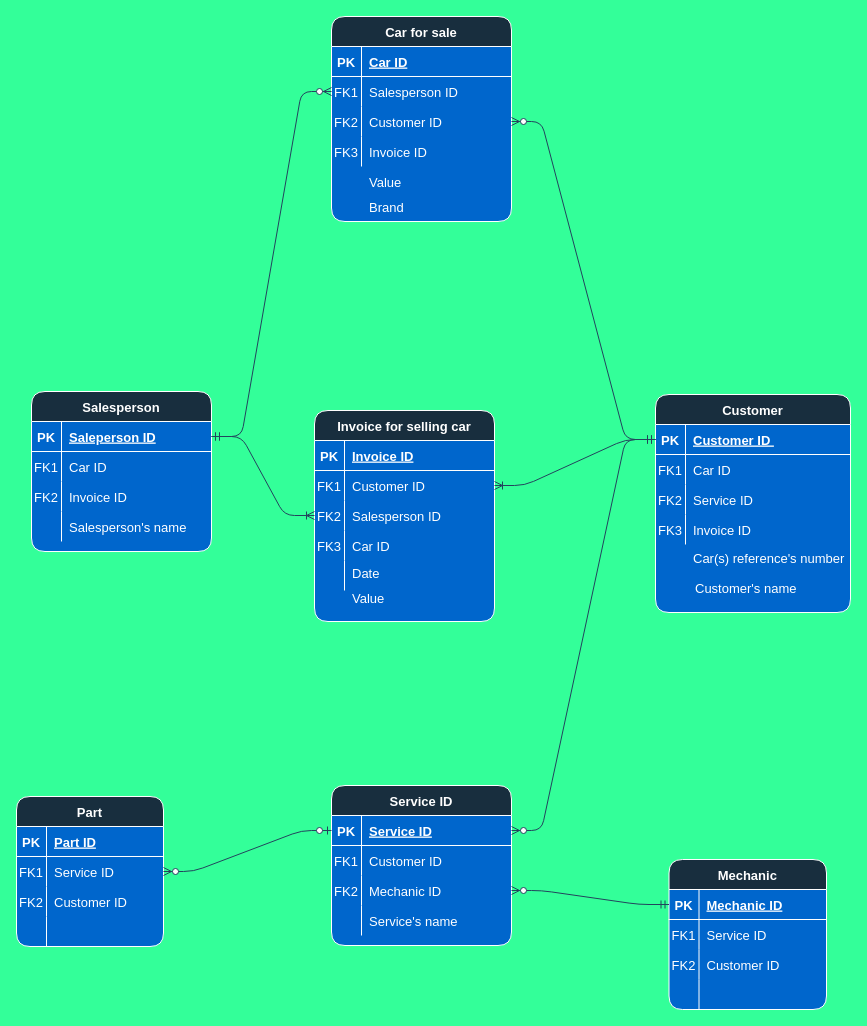
This is Exercise 2.drawio from longdhcloud9/ERD-database, a draw.io file, before an edit. Source tidied: cells renumbered, new cells numbered last; positions are measured from the earlier drawing's top-left corner, leaving out a move shared by most shapes. Both pictures are drawn from the tidied source at 100%, with x=0, y=0 at pixel (16, 16).
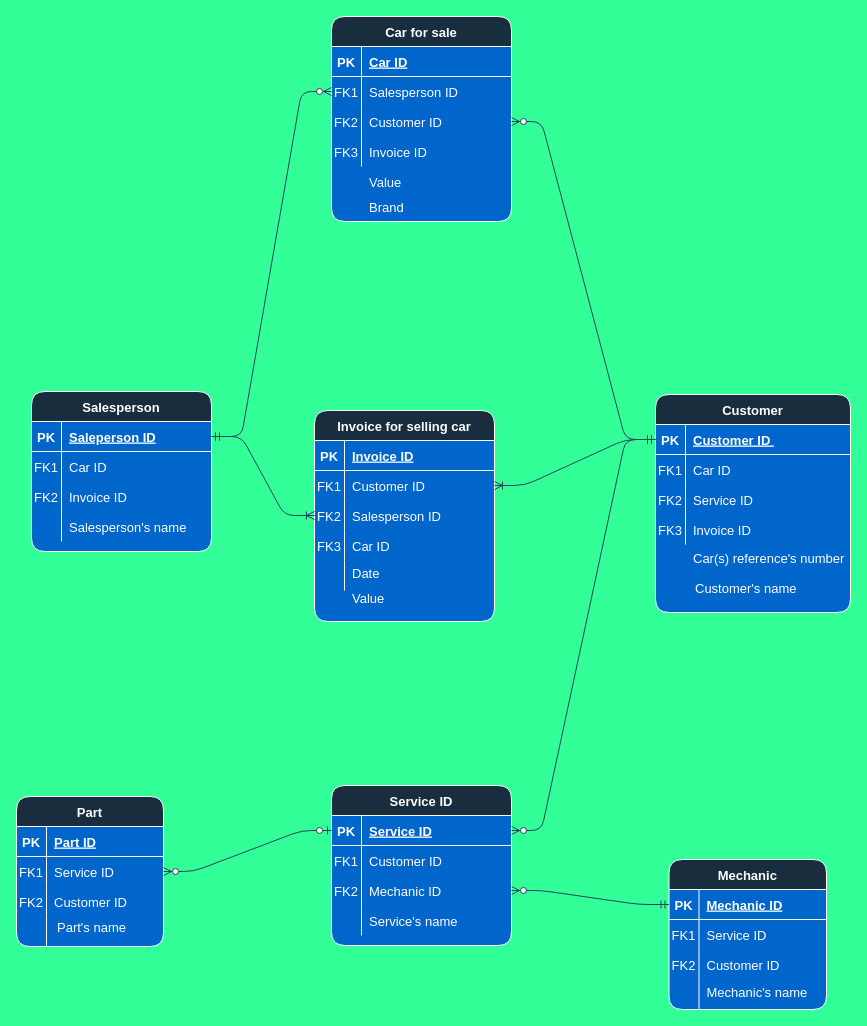
After the change.

The edit, as a diff of the source:
```diff
@@
+    <mxCell id="109" value="Mechanic's name" style="shape=partialRectangle;fillColor=none;top=0;left=0;bottom=0;right=0;align=left;spacingLeft=6;overflow=hidden;strokeColor=#FFFFFF;fontColor=#FFFFFF;rounded=1;fontSize=13;" parent="1" vertex="1">
+      <mxGeometry x="682.5" y="960" width="127.5" height="30" as="geometry" />
+    </mxCell>
+    <mxCell id="110" value="Part's name" style="shape=partialRectangle;fillColor=none;top=0;left=0;bottom=0;right=0;align=left;spacingLeft=6;overflow=hidden;rounded=1;fontSize=13;strokeColor=#FFFFFF;fontColor=#FFFFFF;" parent="1" vertex="1">
+      <mxGeometry x="33" y="895" width="117" height="30" as="geometry" />
+    </mxCell>
```
